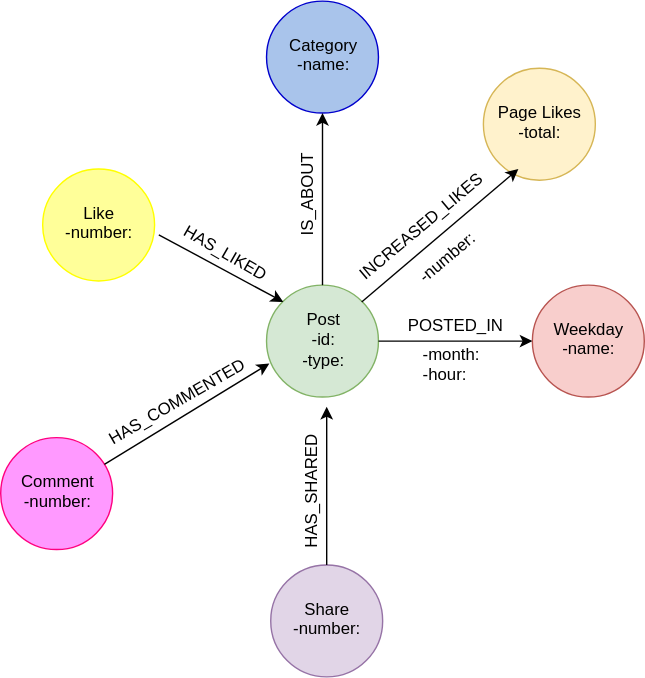
Before: figures/data-model.svg, a diagram exported from draw.io (tpcyprianos/reproducibility-research). Source tidied: cells renumbered, new cells last; positions are measured from the earlier drawing's top-left corner, leaving out a move shared by most shapes.
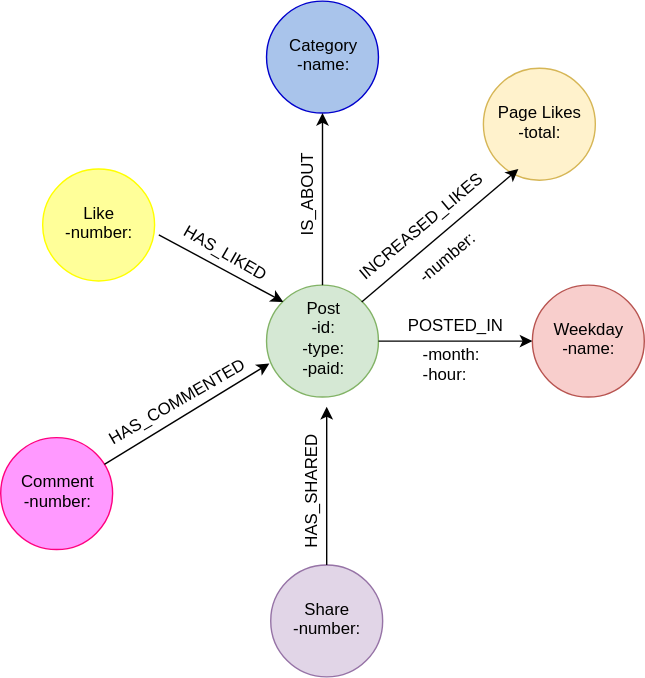
Later version of the same file.

What changed in the source:
```diff
@@ -2,7 +2,7 @@
   <root>
     <mxCell id="0" />
     <mxCell id="1" parent="0" />
-    <mxCell id="2" value="Post&lt;br&gt;&lt;div align=&quot;center&quot;&gt;-id:&lt;br&gt;-type: &lt;br&gt;&lt;/div&gt;" style="ellipse;whiteSpace=wrap;html=1;fillColor=#d5e8d4;strokeColor=#82b366;" parent="1" vertex="1">
+    <mxCell id="2" value="Post&lt;br&gt;&lt;div align=&quot;center&quot;&gt;-id:&lt;br&gt;-type:&lt;br&gt;-paid: &lt;br&gt;&lt;/div&gt;" style="ellipse;whiteSpace=wrap;html=1;fillColor=#d5e8d4;strokeColor=#82b366;" parent="1" vertex="1">
       <mxGeometry x="190" y="203" width="80" height="80" as="geometry" />
     </mxCell>
     <mxCell id="3" value="Like&lt;br&gt;-number:" style="ellipse;whiteSpace=wrap;html=1;fillColor=#FFFF99;strokeColor=#FFFF00;" parent="1" vertex="1">
```
